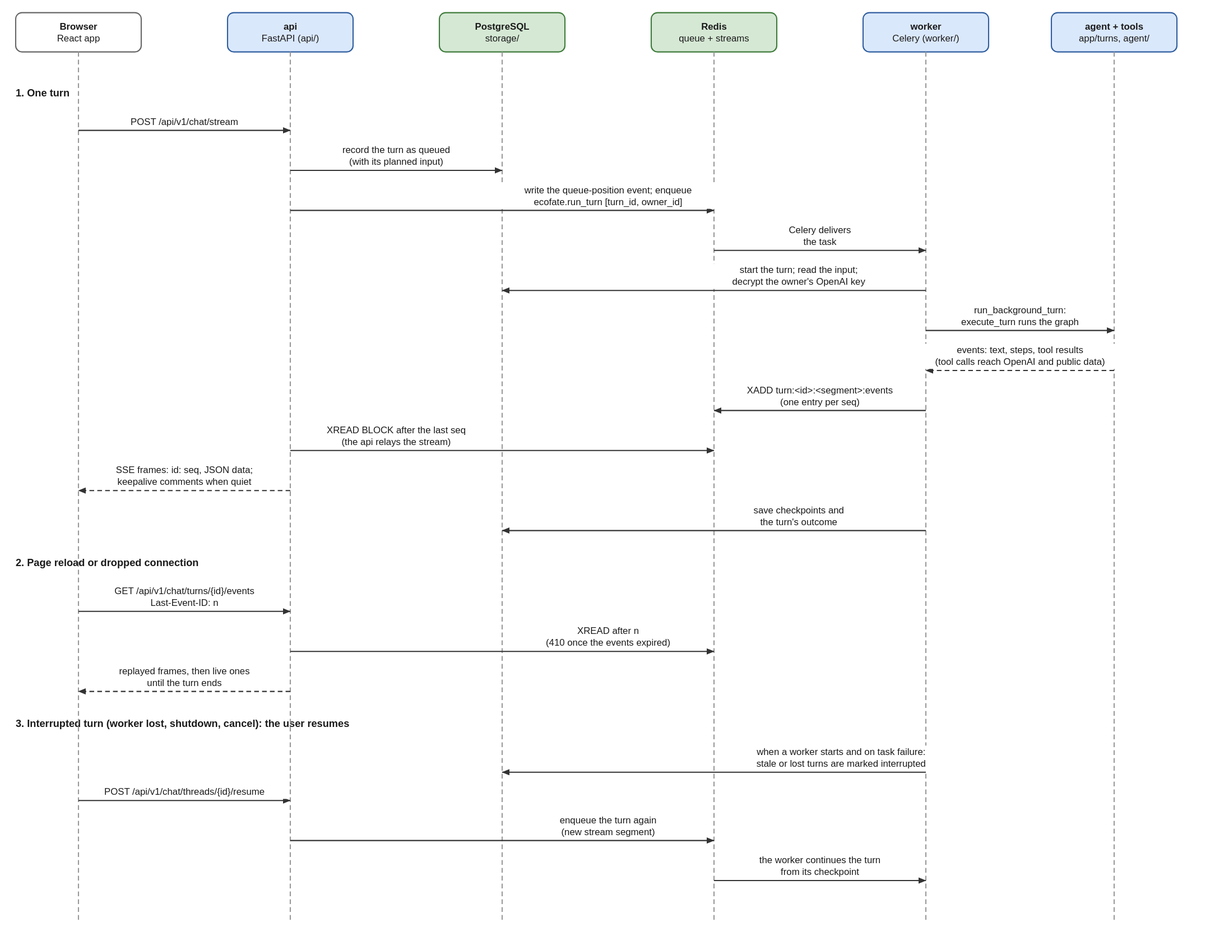
Before: docs/diagrams/turn-sequence.drawio.svg, a diagram exported from draw.io (jodhernandezbe/EcoFate). Source tidied: cells renumbered, new cells last; positions are measured from the earlier drawing's top-left corner, leaving out a move shared by most shapes.
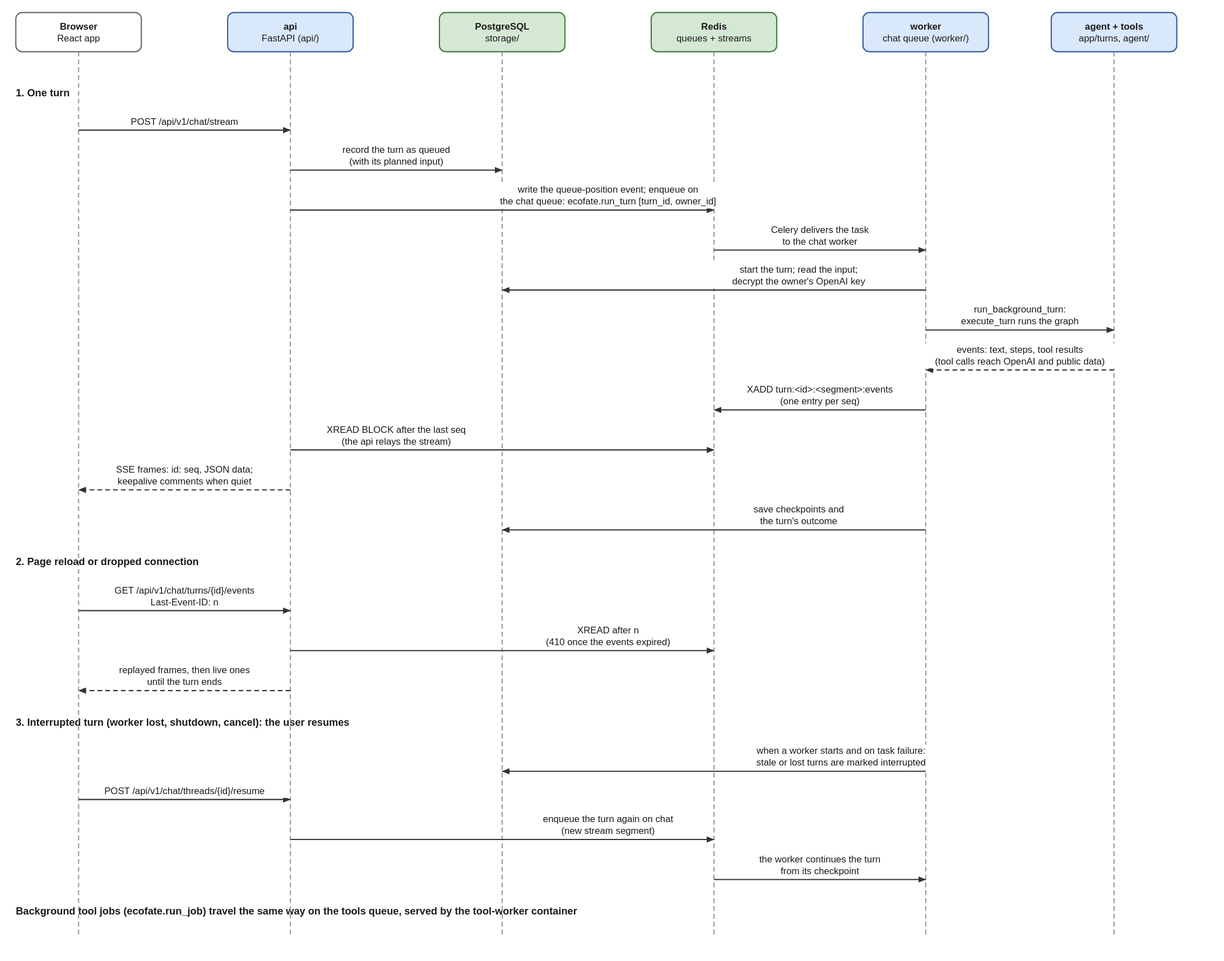
The same diagram one commit later.

Diff of the diagram source:
```diff
@@ -6,37 +6,37 @@
       <mxGeometry width="160" height="50" as="geometry" />
     </mxCell>
     <mxCell id="3" style="ellipse;html=1;fillColor=none;strokeColor=none;" parent="1" vertex="1">
-      <mxGeometry x="79" y="1157" width="2" height="2" as="geometry" />
+      <mxGeometry x="79" y="1179" width="2" height="2" as="geometry" />
     </mxCell>
     <mxCell id="4" value="&lt;b&gt;api&lt;/b&gt;&lt;br&gt;FastAPI (api/)" style="rounded=1;absoluteArcSize=1;arcSize=10;html=1;whiteSpace=wrap;fontFamily=Helvetica;fontSize=12;fontColor=#1a1a1a;strokeWidth=1.5;fillColor=#DAE8FC;strokeColor=#2F5D9E;align=center;verticalAlign=middle;spacing=4;" parent="1" vertex="1">
       <mxGeometry x="270" width="160" height="50" as="geometry" />
     </mxCell>
     <mxCell id="5" style="ellipse;html=1;fillColor=none;strokeColor=none;" parent="1" vertex="1">
-      <mxGeometry x="349" y="1157" width="2" height="2" as="geometry" />
+      <mxGeometry x="349" y="1179" width="2" height="2" as="geometry" />
     </mxCell>
     <mxCell id="6" value="&lt;b&gt;PostgreSQL&lt;/b&gt;&lt;br&gt;storage/" style="rounded=1;absoluteArcSize=1;arcSize=10;html=1;whiteSpace=wrap;fontFamily=Helvetica;fontSize=12;fontColor=#1a1a1a;strokeWidth=1.5;fillColor=#D5E8D4;strokeColor=#3E7B3A;align=center;verticalAlign=middle;spacing=4;" parent="1" vertex="1">
       <mxGeometry x="540" width="160" height="50" as="geometry" />
     </mxCell>
     <mxCell id="7" style="ellipse;html=1;fillColor=none;strokeColor=none;" parent="1" vertex="1">
-      <mxGeometry x="619" y="1157" width="2" height="2" as="geometry" />
+      <mxGeometry x="619" y="1179" width="2" height="2" as="geometry" />
     </mxCell>
-    <mxCell id="8" value="&lt;b&gt;Redis&lt;/b&gt;&lt;br&gt;queue + streams" style="rounded=1;absoluteArcSize=1;arcSize=10;html=1;whiteSpace=wrap;fontFamily=Helvetica;fontSize=12;fontColor=#1a1a1a;strokeWidth=1.5;fillColor=#D5E8D4;strokeColor=#3E7B3A;align=center;verticalAlign=middle;spacing=4;" parent="1" vertex="1">
+    <mxCell id="8" value="&lt;b&gt;Redis&lt;/b&gt;&lt;br&gt;queues + streams" style="rounded=1;absoluteArcSize=1;arcSize=10;html=1;whiteSpace=wrap;fontFamily=Helvetica;fontSize=12;fontColor=#1a1a1a;strokeWidth=1.5;fillColor=#D5E8D4;strokeColor=#3E7B3A;align=center;verticalAlign=middle;spacing=4;" parent="1" vertex="1">
       <mxGeometry x="810" width="160" height="50" as="geometry" />
     </mxCell>
     <mxCell id="9" style="ellipse;html=1;fillColor=none;strokeColor=none;" parent="1" vertex="1">
-      <mxGeometry x="889" y="1157" width="2" height="2" as="geometry" />
+      <mxGeometry x="889" y="1179" width="2" height="2" as="geometry" />
     </mxCell>
-    <mxCell id="10" value="&lt;b&gt;worker&lt;/b&gt;&lt;br&gt;Celery (worker/)" style="rounded=1;absoluteArcSize=1;arcSize=10;html=1;whiteSpace=wrap;fontFamily=Helvetica;fontSize=12;fontColor=#1a1a1a;strokeWidth=1.5;fillColor=#DAE8FC;strokeColor=#2F5D9E;align=center;verticalAlign=middle;spacing=4;" parent="1" vertex="1">
+    <mxCell id="10" value="&lt;b&gt;worker&lt;/b&gt;&lt;br&gt;chat queue (worker/)" style="rounded=1;absoluteArcSize=1;arcSize=10;html=1;whiteSpace=wrap;fontFamily=Helvetica;fontSize=12;fontColor=#1a1a1a;strokeWidth=1.5;fillColor=#DAE8FC;strokeColor=#2F5D9E;align=center;verticalAlign=middle;spacing=4;" parent="1" vertex="1">
       <mxGeometry x="1080" width="160" height="50" as="geometry" />
     </mxCell>
     <mxCell id="11" style="ellipse;html=1;fillColor=none;strokeColor=none;" parent="1" vertex="1">
-      <mxGeometry x="1159" y="1157" width="2" height="2" as="geometry" />
+      <mxGeometry x="1159" y="1179" width="2" height="2" as="geometry" />
     </mxCell>
     <mxCell id="12" value="&lt;b&gt;agent + tools&lt;/b&gt;&lt;br&gt;app/turns, agent/" style="rounded=1;absoluteArcSize=1;arcSize=10;html=1;whiteSpace=wrap;fontFamily=Helvetica;fontSize=12;fontColor=#1a1a1a;strokeWidth=1.5;fillColor=#DAE8FC;strokeColor=#2F5D9E;align=center;verticalAlign=middle;spacing=4;" parent="1" vertex="1">
       <mxGeometry x="1320" width="160" height="50" as="geometry" />
     </mxCell>
     <mxCell id="13" style="ellipse;html=1;fillColor=none;strokeColor=none;" parent="1" vertex="1">
-      <mxGeometry x="1399" y="1157" width="2" height="2" as="geometry" />
+      <mxGeometry x="1399" y="1179" width="2" height="2" as="geometry" />
     </mxCell>
     <mxCell id="14" value="&lt;b&gt;1. One turn&lt;/b&gt;" style="text;html=1;whiteSpace=wrap;fontFamily=Helvetica;fontSize=13;fontColor=#1a1a1a;strokeWidth=1.5;strokeColor=none;fillColor=none;align=left;verticalAlign=top;spacing=0;" parent="1" vertex="1">
       <mxGeometry y="94" width="700" height="20" as="geometry" />
@@ -155,6 +155,9 @@
     <mxCell id="52" style="ellipse;html=1;fillColor=none;strokeColor=none;" parent="1" vertex="1">
       <mxGeometry x="1159" y="1105" width="2" height="2" as="geometry" />
     </mxCell>
+    <mxCell id="77" value="&lt;b&gt;Background tool jobs (ecofate.run_job) travel the same way on the tools queue, served by the tool-worker container&lt;/b&gt;" style="text;html=1;whiteSpace=wrap;fontFamily=Helvetica;fontSize=13;fontColor=#1a1a1a;strokeWidth=1.5;strokeColor=none;fillColor=none;align=left;verticalAlign=top;spacing=0;" parent="1" vertex="1">
+      <mxGeometry y="1138" width="700" height="20" as="geometry" />
+    </mxCell>
     <mxCell id="53" style="html=1;rounded=0;endArrow=none;endFill=0;strokeWidth=1.5;strokeColor=#999999;fontFamily=Helvetica;fontSize=12;fontColor=#1a1a1a;labelBackgroundColor=#ffffff;dashed=1;dashPattern=6 4;exitX=0.5000;exitY=1.0000;exitDx=0;exitDy=0;exitPerimeter=0;entryX=0.5000;entryY=0.5000;entryDx=0;entryDy=0;entryPerimeter=0;" parent="1" edge="1" source="2" target="3">
       <mxGeometry relative="1" as="geometry" />
     </mxCell>
@@ -179,10 +182,10 @@
     <mxCell id="60" value="record the turn as queued&lt;br&gt;(with its planned input)" style="html=1;rounded=0;endArrow=block;endFill=1;strokeWidth=1.5;strokeColor=#333333;fontFamily=Helvetica;fontSize=12;fontColor=#1a1a1a;labelBackgroundColor=#ffffff;exitX=0.5000;exitY=0.5000;exitDx=0;exitDy=0;exitPerimeter=0;entryX=0.5000;entryY=0.5000;entryDx=0;entryDy=0;entryPerimeter=0;" parent="1" edge="1" source="17" target="18">
       <mxGeometry y="-18" relative="1" as="geometry" />
     </mxCell>
-    <mxCell id="61" value="write the queue-position event; enqueue&lt;br&gt;ecofate.run_turn [turn_id, owner_id]" style="html=1;rounded=0;endArrow=block;endFill=1;strokeWidth=1.5;strokeColor=#333333;fontFamily=Helvetica;fontSize=12;fontColor=#1a1a1a;labelBackgroundColor=#ffffff;exitX=0.5000;exitY=0.5000;exitDx=0;exitDy=0;exitPerimeter=0;entryX=0.5000;entryY=0.5000;entryDx=0;entryDy=0;entryPerimeter=0;" parent="1" edge="1" source="19" target="20">
+    <mxCell id="61" value="write the queue-position event; enqueue on&lt;br&gt;the chat queue: ecofate.run_turn [turn_id, owner_id]" style="html=1;rounded=0;endArrow=block;endFill=1;strokeWidth=1.5;strokeColor=#333333;fontFamily=Helvetica;fontSize=12;fontColor=#1a1a1a;labelBackgroundColor=#ffffff;exitX=0.5000;exitY=0.5000;exitDx=0;exitDy=0;exitPerimeter=0;entryX=0.5000;entryY=0.5000;entryDx=0;entryDy=0;entryPerimeter=0;" parent="1" edge="1" source="19" target="20">
       <mxGeometry x="0.5" y="-18" relative="1" as="geometry" />
     </mxCell>
-    <mxCell id="62" value="Celery delivers&lt;br&gt;the task" style="html=1;rounded=0;endArrow=block;endFill=1;strokeWidth=1.5;strokeColor=#333333;fontFamily=Helvetica;fontSize=12;fontColor=#1a1a1a;labelBackgroundColor=#ffffff;exitX=0.5000;exitY=0.5000;exitDx=0;exitDy=0;exitPerimeter=0;entryX=0.5000;entryY=0.5000;entryDx=0;entryDy=0;entryPerimeter=0;" parent="1" edge="1" source="21" target="22">
+    <mxCell id="62" value="Celery delivers the task&lt;br&gt;to the chat worker" style="html=1;rounded=0;endArrow=block;endFill=1;strokeWidth=1.5;strokeColor=#333333;fontFamily=Helvetica;fontSize=12;fontColor=#1a1a1a;labelBackgroundColor=#ffffff;exitX=0.5000;exitY=0.5000;exitDx=0;exitDy=0;exitPerimeter=0;entryX=0.5000;entryY=0.5000;entryDx=0;entryDy=0;entryPerimeter=0;" parent="1" edge="1" source="21" target="22">
       <mxGeometry y="-18" relative="1" as="geometry" />
     </mxCell>
     <mxCell id="63" value="start the turn; read the input;&lt;br&gt;decrypt the owner's OpenAI key" style="html=1;rounded=0;endArrow=block;endFill=1;strokeWidth=1.5;strokeColor=#333333;fontFamily=Helvetica;fontSize=12;fontColor=#1a1a1a;labelBackgroundColor=#ffffff;exitX=0.5000;exitY=0.5000;exitDx=0;exitDy=0;exitPerimeter=0;entryX=0.5000;entryY=0.5000;entryDx=0;entryDy=0;entryPerimeter=0;" parent="1" edge="1" source="23" target="24">
@@ -221,7 +224,7 @@
     <mxCell id="74" value="POST /api/v1/chat/threads/{id}/resume" style="html=1;rounded=0;endArrow=block;endFill=1;strokeWidth=1.5;strokeColor=#333333;fontFamily=Helvetica;fontSize=12;fontColor=#1a1a1a;labelBackgroundColor=#ffffff;exitX=0.5000;exitY=0.5000;exitDx=0;exitDy=0;exitPerimeter=0;entryX=0.5000;entryY=0.5000;entryDx=0;entryDy=0;entryPerimeter=0;" parent="1" edge="1" source="47" target="48">
       <mxGeometry y="-10.5" relative="1" as="geometry" />
     </mxCell>
-    <mxCell id="75" value="enqueue the turn again&lt;br&gt;(new stream segment)" style="html=1;rounded=0;endArrow=block;endFill=1;strokeWidth=1.5;strokeColor=#333333;fontFamily=Helvetica;fontSize=12;fontColor=#1a1a1a;labelBackgroundColor=#ffffff;exitX=0.5000;exitY=0.5000;exitDx=0;exitDy=0;exitPerimeter=0;entryX=0.5000;entryY=0.5000;entryDx=0;entryDy=0;entryPerimeter=0;" parent="1" edge="1" source="49" target="50">
+    <mxCell id="75" value="enqueue the turn again on chat&lt;br&gt;(new stream segment)" style="html=1;rounded=0;endArrow=block;endFill=1;strokeWidth=1.5;strokeColor=#333333;fontFamily=Helvetica;fontSize=12;fontColor=#1a1a1a;labelBackgroundColor=#ffffff;exitX=0.5000;exitY=0.5000;exitDx=0;exitDy=0;exitPerimeter=0;entryX=0.5000;entryY=0.5000;entryDx=0;entryDy=0;entryPerimeter=0;" parent="1" edge="1" source="49" target="50">
       <mxGeometry x="0.5" y="-18" relative="1" as="geometry" />
     </mxCell>
     <mxCell id="76" value="the worker continues the turn&lt;br&gt;from its checkpoint" style="html=1;rounded=0;endArrow=block;endFill=1;strokeWidth=1.5;strokeColor=#333333;fontFamily=Helvetica;fontSize=12;fontColor=#1a1a1a;labelBackgroundColor=#ffffff;exitX=0.5000;exitY=0.5000;exitDx=0;exitDy=0;exitPerimeter=0;entryX=0.5000;entryY=0.5000;entryDx=0;entryDy=0;entryPerimeter=0;" parent="1" edge="1" source="51" target="52">
```
